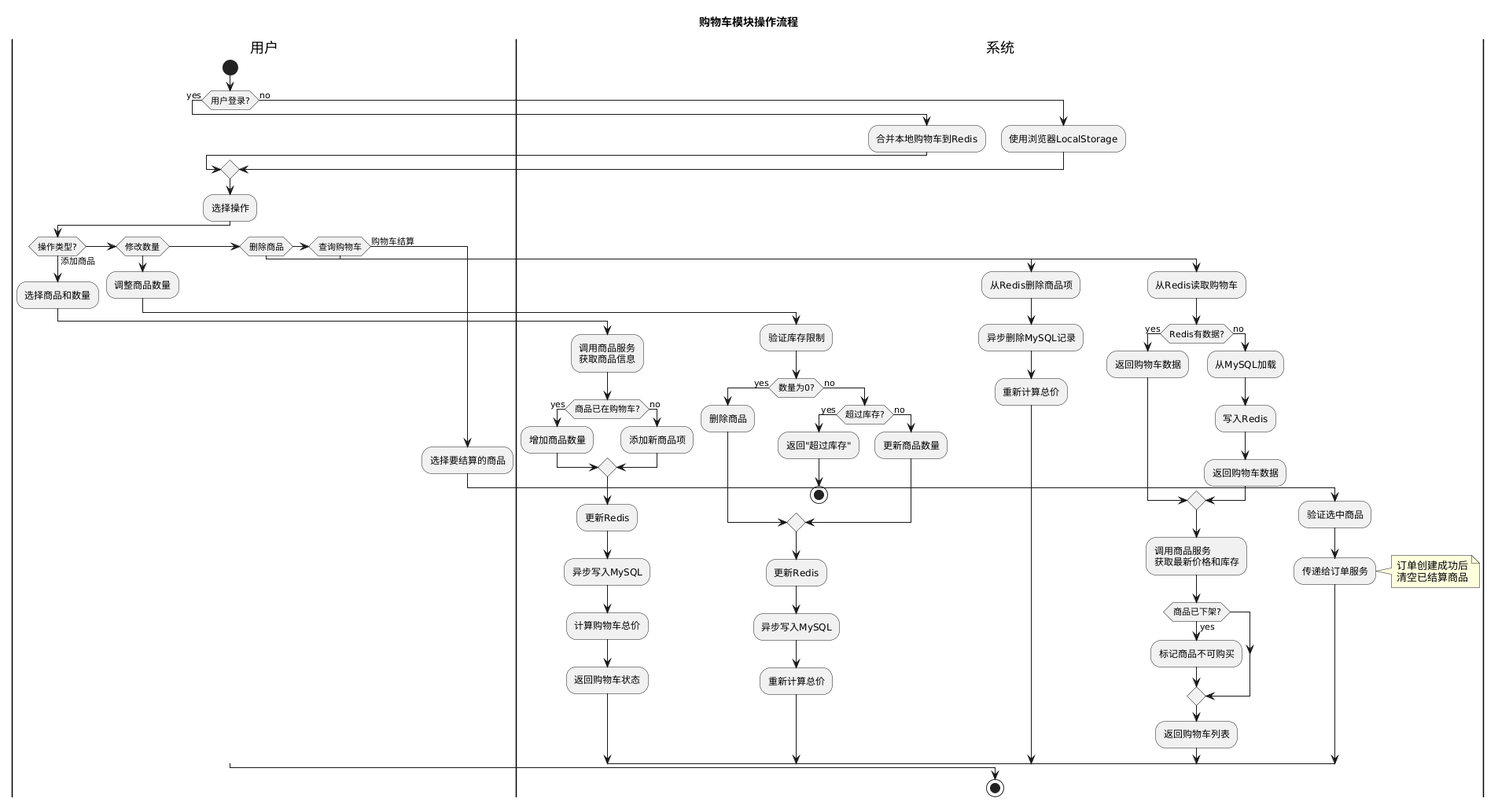
The PlantUML diagram projects/mall/paper/assets/diagrams/uml/activity-cart.png in jiongQAQ/promptx_tools, before a commit. Source of this version:
```plantuml
@startuml
title 购物车模块操作流程

|用户|
start

if (用户登录?) then (yes)
  |系统|
  :合并本地购物车到Redis;

else (no)
  |系统|
  :使用浏览器LocalStorage;
endif

|用户|
:选择操作;

if (操作类型?) then (添加商品)

  |用户|
  :选择商品和数量;

  |系统|
  :调用商品服务\n获取商品信息;

  if (商品已在购物车?) then (yes)
    :增加商品数量;
  else (no)
    :添加新商品项;
  endif

  :更新Redis;
  :异步写入MySQL;
  :计算购物车总价;
  :返回购物车状态;

else if (修改数量)

  |用户|
  :调整商品数量;

  |系统|
  :验证库存限制;

  if (数量为0?) then (yes)
    :删除商品;
  else (no)
    if (超过库存?) then (yes)
      :返回"超过库存";
      stop
    else (no)
      :更新商品数量;
    endif
  endif

  :更新Redis;
  :异步写入MySQL;
  :重新计算总价;

else if (删除商品)

  |系统|
  :从Redis删除商品项;
  :异步删除MySQL记录;
  :重新计算总价;

else if (查询购物车)

  |系统|
  :从Redis读取购物车;

  if (Redis有数据?) then (yes)
    :返回购物车数据;

  else (no)
    :从MySQL加载;
    :写入Redis;
    :返回购物车数据;
  endif

  :调用商品服务\n获取最新价格和库存;

  if (商品已下架?) then (yes)
    :标记商品不可购买;
  endif

  :返回购物车列表;

else (购物车结算)

  |用户|
  :选择要结算的商品;

  |系统|
  :验证选中商品;
  :传递给订单服务;

  note right
    订单创建成功后
    清空已结算商品
  end note

endif

stop
@enduml
```
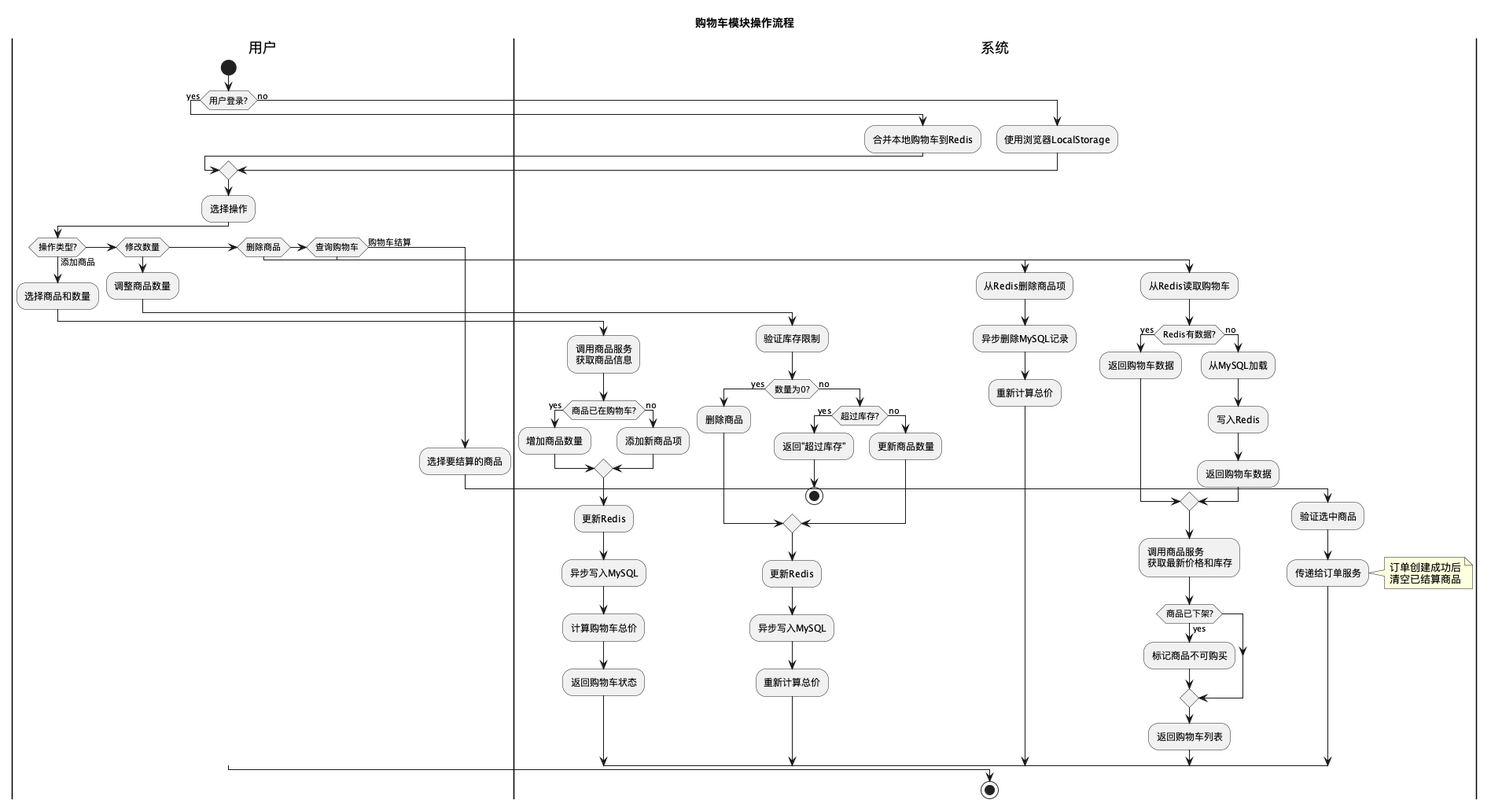
The same file after the commit.

Change to the diagram source:
```diff
@@ -1,4 +1,10 @@
-@startuml
+@startuml activity-cart
+
+!pragma layout smetana
+skinparam linetype ortho
+skinparam nodesep 80
+skinparam ranksep 80
+
 title 购物车模块操作流程
 
 |用户|
@@ -104,4 +110,5 @@
 endif
 
 stop
+
 @enduml
```
